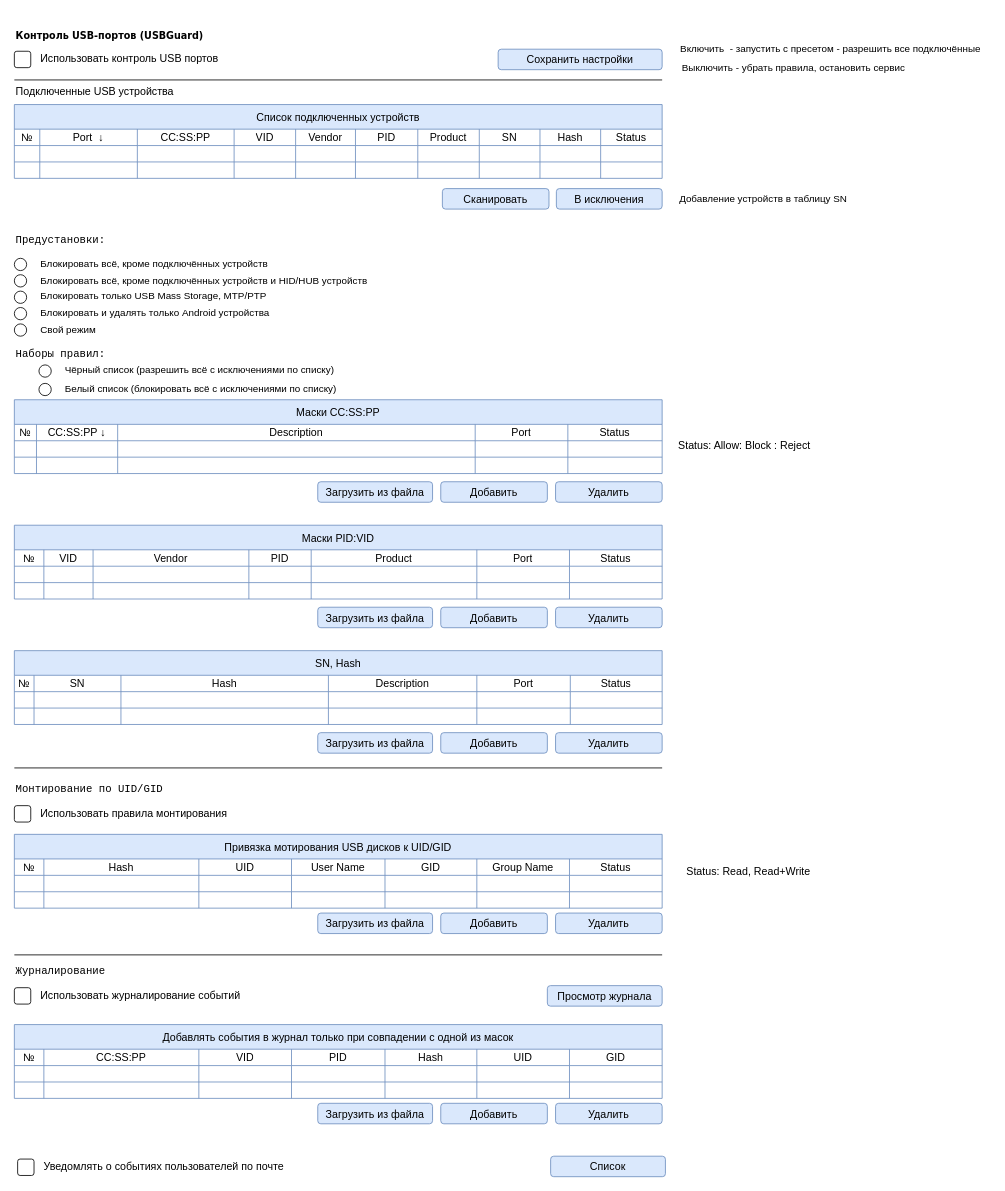
Before: alterator_ui/UI.drawio in 3036662/alterator-usbmount, a draw.io diagram. Source tidied: cells renumbered, new cells numbered last; positions are measured from the earlier drawing's top-left corner, leaving out a move shared by most shapes. Both pictures are drawn from the tidied source at 82%, with x=0, y=0 at pixel (14, 14).
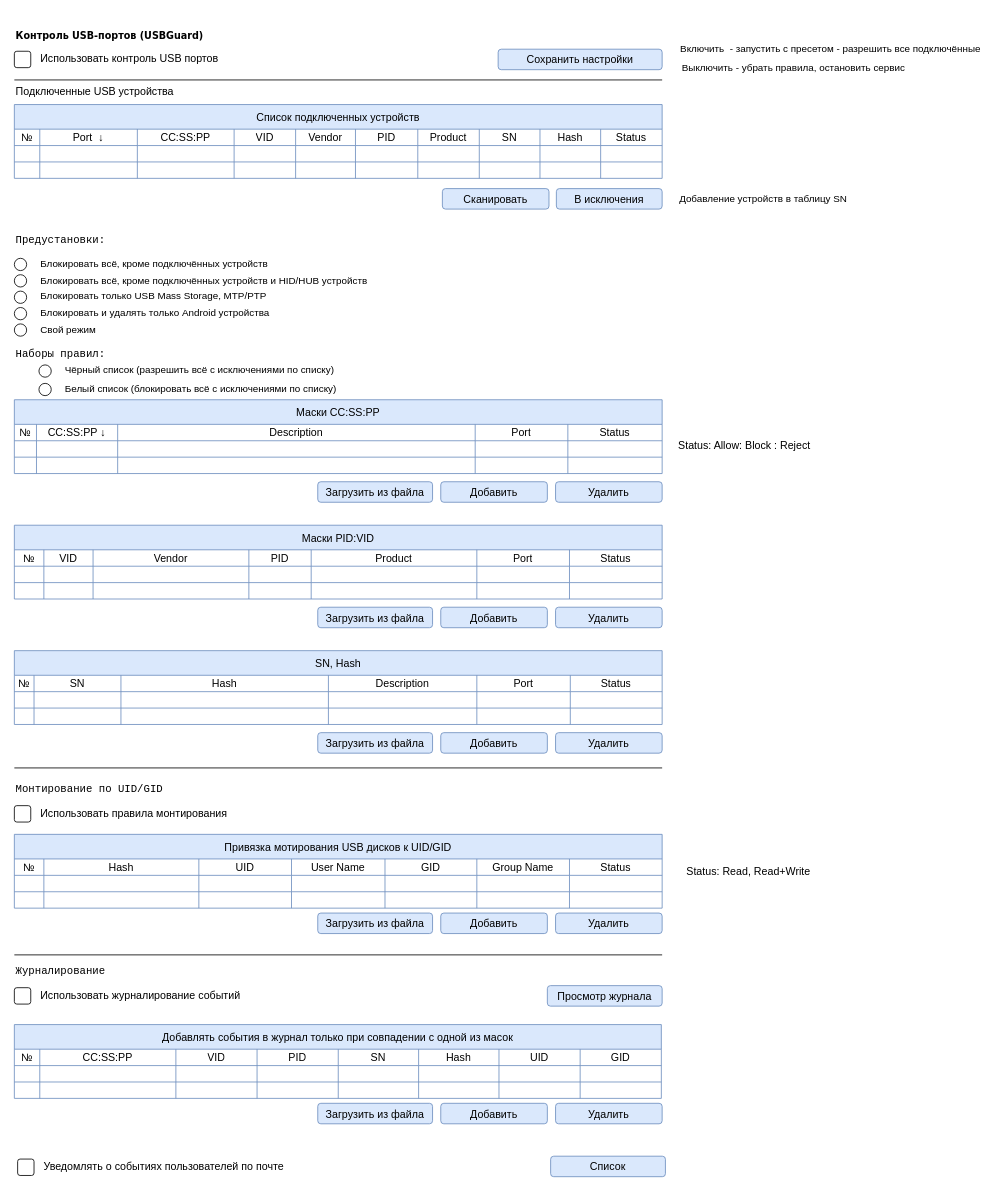
The same page after the edit.

Diff of the diagram source:
```diff
@@
     <mxCell id="155" value="Добавлять события в журнал только при совпадении с одной из масок" style="shape=table;startSize=30;childLayout=tableLayout;strokeColor=#6c8ebf;fontSize=13;fillColor=#dae8fc;" parent="1" vertex="1">
-      <mxGeometry y="1232" width="790" height="90" as="geometry" />
+      <mxGeometry y="1232" width="789" height="90" as="geometry" />
     </mxCell>
     <mxCell id="156" style="shape=tableRow;horizontal=0;startSize=0;swimlaneHead=0;swimlaneBody=0;strokeColor=inherit;top=0;left=0;bottom=0;right=0;fillColor=none;fontSize=13;" parent="155" vertex="1">
-      <mxGeometry y="30" width="790" height="20" as="geometry" />
+      <mxGeometry y="30" width="789" height="20" as="geometry" />
     </mxCell>
     <mxCell id="157" value="№" style="shape=partialRectangle;html=1;whiteSpace=wrap;strokeColor=inherit;overflow=hidden;fillColor=none;top=0;left=0;bottom=0;right=0;fontSize=13;" parent="156" vertex="1">
-      <mxGeometry width="36" height="20" as="geometry" />
+      <mxGeometry width="31" height="20" as="geometry" />
     </mxCell>
     <mxCell id="158" value="CC:SS:PP" style="shape=partialRectangle;html=1;whiteSpace=wrap;strokeColor=inherit;overflow=hidden;fillColor=none;top=0;left=0;bottom=0;right=0;fontSize=13;" parent="156" vertex="1">
-      <mxGeometry x="36" width="189" height="20" as="geometry" />
+      <mxGeometry x="31" width="166" height="20" as="geometry" />
     </mxCell>
     <mxCell id="159" value="VID" style="shape=partialRectangle;html=1;whiteSpace=wrap;strokeColor=inherit;overflow=hidden;fillColor=none;top=0;left=0;bottom=0;right=0;fontSize=13;" parent="156" vertex="1">
-      <mxGeometry x="225" width="113" height="20" as="geometry" />
+      <mxGeometry x="197" width="99" height="20" as="geometry" />
     </mxCell>
     <mxCell id="160" value="PID" style="shape=partialRectangle;html=1;whiteSpace=wrap;strokeColor=inherit;overflow=hidden;fillColor=none;top=0;left=0;bottom=0;right=0;fontSize=13;" parent="156" vertex="1">
-      <mxGeometry x="338" width="114" height="20" as="geometry" />
+      <mxGeometry x="296" width="99" height="20" as="geometry" />
     </mxCell>
+    <mxCell id="216" value="SN" style="shape=partialRectangle;html=1;whiteSpace=wrap;strokeColor=inherit;overflow=hidden;fillColor=none;top=0;left=0;bottom=0;right=0;fontSize=13;" parent="156" vertex="1">
+      <mxGeometry x="395" width="98" height="20" as="geometry" />
+    </mxCell>
     <mxCell id="161" value="Hash" style="shape=partialRectangle;html=1;whiteSpace=wrap;strokeColor=inherit;overflow=hidden;fillColor=none;top=0;left=0;bottom=0;right=0;fontSize=13;" parent="156" vertex="1">
-      <mxGeometry x="452" width="112" height="20" as="geometry" />
+      <mxGeometry x="493" width="98" height="20" as="geometry" />
     </mxCell>
     <mxCell id="162" value="UID&lt;span style=&quot;white-space: pre;&quot;&gt;&lt;/span&gt;" style="shape=partialRectangle;html=1;whiteSpace=wrap;strokeColor=inherit;overflow=hidden;fillColor=none;top=0;left=0;bottom=0;right=0;fontSize=13;" parent="156" vertex="1">
-      <mxGeometry x="564" width="113" height="20" as="geometry" />
+      <mxGeometry x="591" width="99" height="20" as="geometry" />
     </mxCell>
     <mxCell id="163" value="GID" style="shape=partialRectangle;html=1;whiteSpace=wrap;strokeColor=inherit;overflow=hidden;fillColor=none;top=0;left=0;bottom=0;right=0;fontSize=13;" parent="156" vertex="1">
-      <mxGeometry x="677" width="113" height="20" as="geometry" />
+      <mxGeometry x="690" width="99" height="20" as="geometry" />
     </mxCell>
     <mxCell id="164" style="shape=tableRow;horizontal=0;startSize=0;swimlaneHead=0;swimlaneBody=0;strokeColor=inherit;top=0;left=0;bottom=0;right=0;fillColor=none;fontSize=13;" parent="155" vertex="1">
-      <mxGeometry y="50" width="790" height="20" as="geometry" />
+      <mxGeometry y="50" width="789" height="20" as="geometry" />
     </mxCell>
     <mxCell id="165" style="shape=partialRectangle;html=1;whiteSpace=wrap;strokeColor=inherit;overflow=hidden;fillColor=none;top=0;left=0;bottom=0;right=0;fontSize=13;" parent="164" vertex="1">
-      <mxGeometry width="36" height="20" as="geometry" />
+      <mxGeometry width="31" height="20" as="geometry" />
     </mxCell>
     <mxCell id="166" style="shape=partialRectangle;html=1;whiteSpace=wrap;strokeColor=inherit;overflow=hidden;fillColor=none;top=0;left=0;bottom=0;right=0;fontSize=13;" parent="164" vertex="1">
-      <mxGeometry x="36" width="189" height="20" as="geometry" />
+      <mxGeometry x="31" width="166" height="20" as="geometry" />
     </mxCell>
     <mxCell id="167" style="shape=partialRectangle;html=1;whiteSpace=wrap;strokeColor=inherit;overflow=hidden;fillColor=none;top=0;left=0;bottom=0;right=0;fontSize=13;" parent="164" vertex="1">
-      <mxGeometry x="225" width="113" height="20" as="geometry" />
+      <mxGeometry x="197" width="99" height="20" as="geometry" />
     </mxCell>
     <mxCell id="168" style="shape=partialRectangle;html=1;whiteSpace=wrap;strokeColor=inherit;overflow=hidden;fillColor=none;top=0;left=0;bottom=0;right=0;fontSize=13;" parent="164" vertex="1">
-      <mxGeometry x="338" width="114" height="20" as="geometry" />
+      <mxGeometry x="296" width="99" height="20" as="geometry" />
     </mxCell>
+    <mxCell id="217" style="shape=partialRectangle;html=1;whiteSpace=wrap;strokeColor=inherit;overflow=hidden;fillColor=none;top=0;left=0;bottom=0;right=0;fontSize=13;" parent="164" vertex="1">
+      <mxGeometry x="395" width="98" height="20" as="geometry" />
+    </mxCell>
     <mxCell id="169" style="shape=partialRectangle;html=1;whiteSpace=wrap;strokeColor=inherit;overflow=hidden;fillColor=none;top=0;left=0;bottom=0;right=0;fontSize=13;" parent="164" vertex="1">
-      <mxGeometry x="452" width="112" height="20" as="geometry" />
+      <mxGeometry x="493" width="98" height="20" as="geometry" />
     </mxCell>
     <mxCell id="170" style="shape=partialRectangle;html=1;whiteSpace=wrap;strokeColor=inherit;overflow=hidden;fillColor=none;top=0;left=0;bottom=0;right=0;fontSize=13;" parent="164" vertex="1">
-      <mxGeometry x="564" width="113" height="20" as="geometry" />
+      <mxGeometry x="591" width="99" height="20" as="geometry" />
     </mxCell>
     <mxCell id="171" style="shape=partialRectangle;html=1;whiteSpace=wrap;strokeColor=inherit;overflow=hidden;fillColor=none;top=0;left=0;bottom=0;right=0;fontSize=13;" parent="164" vertex="1">
-      <mxGeometry x="677" width="113" height="20" as="geometry" />
+      <mxGeometry x="690" width="99" height="20" as="geometry" />
     </mxCell>
     <mxCell id="172" style="shape=tableRow;horizontal=0;startSize=0;swimlaneHead=0;swimlaneBody=0;strokeColor=inherit;top=0;left=0;bottom=0;right=0;fillColor=none;fontSize=13;" parent="155" vertex="1">
-      <mxGeometry y="70" width="790" height="20" as="geometry" />
+      <mxGeometry y="70" width="789" height="20" as="geometry" />
     </mxCell>
     <mxCell id="173" style="shape=partialRectangle;html=1;whiteSpace=wrap;strokeColor=inherit;overflow=hidden;fillColor=none;top=0;left=0;bottom=0;right=0;fontSize=13;" parent="172" vertex="1">
-      <mxGeometry width="36" height="20" as="geometry" />
+      <mxGeometry width="31" height="20" as="geometry" />
     </mxCell>
     <mxCell id="174" style="shape=partialRectangle;html=1;whiteSpace=wrap;strokeColor=inherit;overflow=hidden;fillColor=none;top=0;left=0;bottom=0;right=0;fontSize=13;" parent="172" vertex="1">
-      <mxGeometry x="36" width="189" height="20" as="geometry" />
+      <mxGeometry x="31" width="166" height="20" as="geometry" />
     </mxCell>
     <mxCell id="175" style="shape=partialRectangle;html=1;whiteSpace=wrap;strokeColor=inherit;overflow=hidden;fillColor=none;top=0;left=0;bottom=0;right=0;fontSize=13;" parent="172" vertex="1">
-      <mxGeometry x="225" width="113" height="20" as="geometry" />
+      <mxGeometry x="197" width="99" height="20" as="geometry" />
     </mxCell>
     <mxCell id="176" style="shape=partialRectangle;html=1;whiteSpace=wrap;strokeColor=inherit;overflow=hidden;fillColor=none;top=0;left=0;bottom=0;right=0;fontSize=13;" parent="172" vertex="1">
-      <mxGeometry x="338" width="114" height="20" as="geometry" />
+      <mxGeometry x="296" width="99" height="20" as="geometry" />
     </mxCell>
+    <mxCell id="218" style="shape=partialRectangle;html=1;whiteSpace=wrap;strokeColor=inherit;overflow=hidden;fillColor=none;top=0;left=0;bottom=0;right=0;fontSize=13;" parent="172" vertex="1">
+      <mxGeometry x="395" width="98" height="20" as="geometry" />
+    </mxCell>
     <mxCell id="177" style="shape=partialRectangle;html=1;whiteSpace=wrap;strokeColor=inherit;overflow=hidden;fillColor=none;top=0;left=0;bottom=0;right=0;fontSize=13;" parent="172" vertex="1">
-      <mxGeometry x="452" width="112" height="20" as="geometry" />
+      <mxGeometry x="493" width="98" height="20" as="geometry" />
     </mxCell>
     <mxCell id="178" style="shape=partialRectangle;html=1;whiteSpace=wrap;strokeColor=inherit;overflow=hidden;fillColor=none;top=0;left=0;bottom=0;right=0;fontSize=13;" parent="172" vertex="1">
-      <mxGeometry x="564" width="113" height="20" as="geometry" />
+      <mxGeometry x="591" width="99" height="20" as="geometry" />
     </mxCell>
     <mxCell id="179" style="shape=partialRectangle;html=1;whiteSpace=wrap;strokeColor=inherit;overflow=hidden;fillColor=none;top=0;left=0;bottom=0;right=0;fontSize=13;" parent="172" vertex="1">
-      <mxGeometry x="677" width="113" height="20" as="geometry" />
+      <mxGeometry x="690" width="99" height="20" as="geometry" />
     </mxCell>
```
